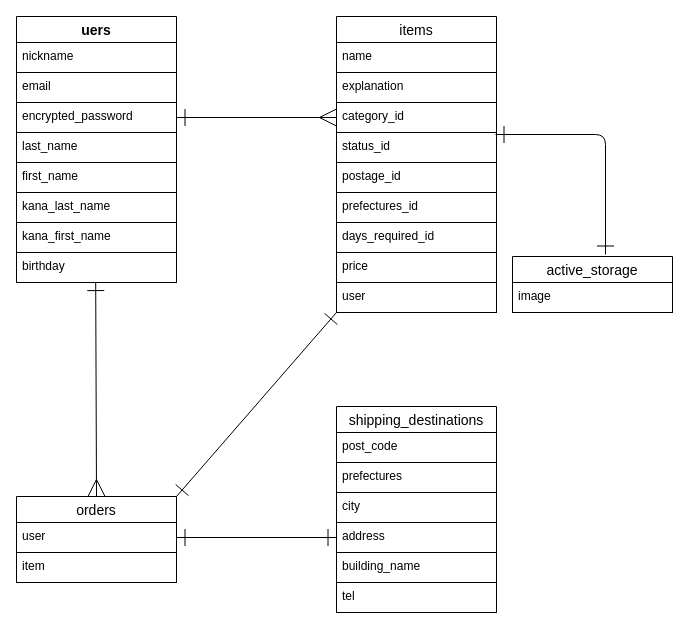
The draw.io diagram furimaER.dio in dolchicchi/furima-37577, before the edit. Source tidied: cells renumbered, new cells numbered last; positions are measured from the earlier drawing's top-left corner, leaving out a move shared by most shapes. Both pictures are drawn from the tidied source at 100%, with x=0, y=0 at pixel (16, 16).
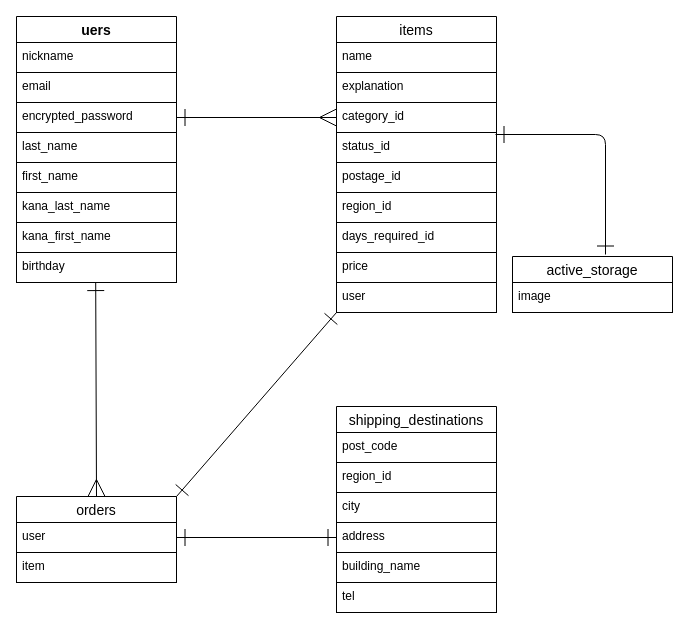
The same page after the edit.

Commit message (it also covers changes not shown here):
README カラム名及び型の修正

Unchanged cells that the change refers to:
```xml
<mxCell id="11" value="items" style="swimlane;fontStyle=0;horizontal=1;startSize=26;align=center;fontSize=14;fontColor=#000000;labelBackgroundColor=#FFFFFF;strokeColor=#000000;" parent="1" vertex="1">
  <mxGeometry x="320" width="160" height="296" as="geometry" />
</mxCell>
<mxCell id="25" value="shipping_destinations" style="swimlane;fontStyle=0;horizontal=1;startSize=26;align=center;fontSize=14;fontColor=#000000;labelBackgroundColor=#FFFFFF;strokeColor=#000000;" parent="1" vertex="1">
  <mxGeometry x="320" y="390" width="160" height="206" as="geometry" />
</mxCell>
```

What changed in the source:
```diff
@@
-    <mxCell id="17" value="prefectures_id" style="text;strokeColor=#000000;fillColor=none;spacingLeft=4;spacingRight=4;overflow=hidden;fontSize=12;fontColor=#000000;labelBackgroundColor=#FFFFFF;" parent="11" vertex="1">
+    <mxCell id="17" value="region_id" style="text;strokeColor=#000000;fillColor=none;spacingLeft=4;spacingRight=4;overflow=hidden;fontSize=12;fontColor=#000000;labelBackgroundColor=#FFFFFF;" parent="11" vertex="1">
       <mxGeometry y="176" width="160" height="30" as="geometry" />
     </mxCell>
@@
-    <mxCell id="27" value="prefectures" style="text;strokeColor=#000000;fillColor=none;spacingLeft=4;spacingRight=4;overflow=hidden;fontSize=12;fontColor=#000000;labelBackgroundColor=#FFFFFF;" parent="25" vertex="1">
+    <mxCell id="27" value="region_id" style="text;strokeColor=#000000;fillColor=none;spacingLeft=4;spacingRight=4;overflow=hidden;fontSize=12;fontColor=#000000;labelBackgroundColor=#FFFFFF;" parent="25" vertex="1">
       <mxGeometry y="56" width="160" height="30" as="geometry" />
     </mxCell>
```
